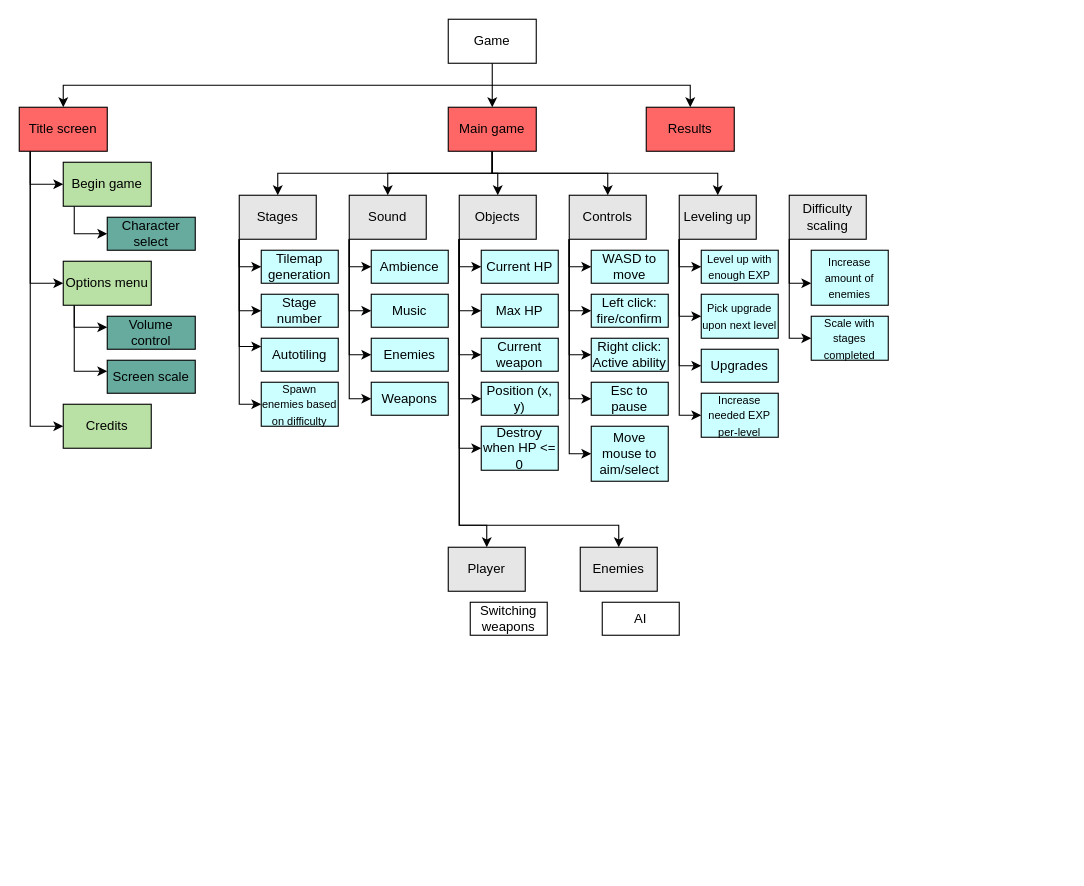
Above: Untitled Diagram.drawio in Flat-Kiwi/squp.github.io (draw.io), before the change. Source tidied: cells renumbered, new cells numbered last; positions are measured from the earlier drawing's top-left corner, leaving out a move shared by most shapes. Both pictures are drawn from the tidied source at 110%, with x=0, y=0 at pixel (19, 19). Pictures stored in the file or linked from it are replaced by grey dashed boxes.
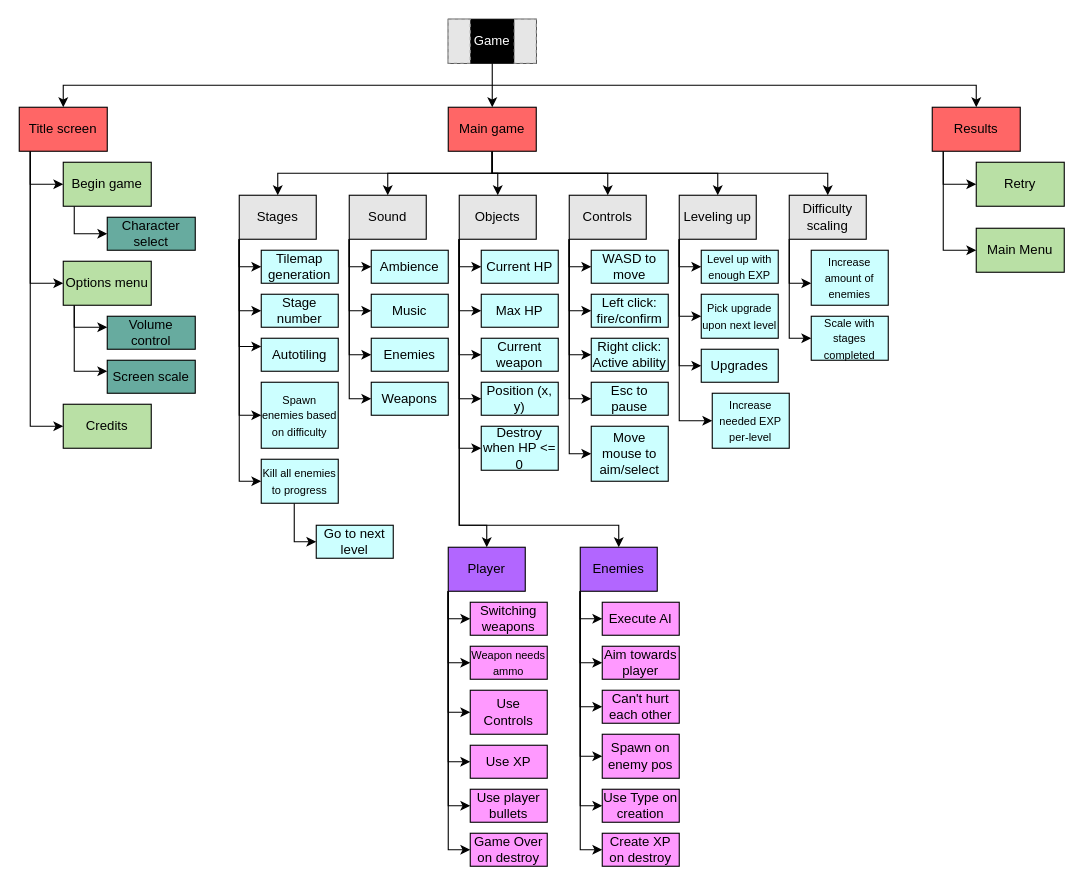
The same diagram, later.

The change refers to these unchanged cells:
```xml
<mxCell id="8" value="Title screen" style="whiteSpace=wrap;html=1;fillColor=#FF6666;" parent="1" vertex="1">
  <mxGeometry y="80" width="80" height="40" as="geometry" />
</mxCell>
<mxCell id="14" value="Main game" style="whiteSpace=wrap;html=1;fillColor=#FF6666;" parent="1" vertex="1">
  <mxGeometry x="390" y="80" width="80" height="40" as="geometry" />
</mxCell>
<mxCell id="29" value="Stages" style="whiteSpace=wrap;html=1;fillColor=#E6E6E6;" parent="1" vertex="1">
  <mxGeometry x="200" y="160" width="70" height="40" as="geometry" />
</mxCell>
<mxCell id="57" value="Leveling up" style="whiteSpace=wrap;html=1;fillColor=#E6E6E6;" parent="1" vertex="1">
  <mxGeometry x="600" y="160" width="70" height="40" as="geometry" />
</mxCell>
<mxCell id="67" value="Difficulty scaling" style="whiteSpace=wrap;html=1;fillColor=#E6E6E6;" parent="1" vertex="1">
  <mxGeometry x="700" y="160" width="70" height="40" as="geometry" />
</mxCell>
```

What changed in the source:
```diff
@@
-    <mxCell id="2" value="Game" style="whiteSpace=wrap;html=1;" parent="1" vertex="1">
+    <mxCell id="2" value="&lt;font color=&quot;#FFFFFF&quot;&gt;Game&lt;/font&gt;" style="whiteSpace=wrap;html=1;fillColor=#000000;" parent="1" vertex="1">
       <mxGeometry x="390" width="80" height="40" as="geometry" />
     </mxCell>
     <mxCell id="3" style="endArrow=classic;startArrow=classic;html=1;rounded=0;" parent="1" edge="1" source="8" target="15">
       <mxGeometry relative="1" as="geometry">
         <Array as="points">
           <mxPoint x="40" y="60" />
-          <mxPoint x="295" y="60" />
-          <mxPoint x="610" y="60" />
+          <mxPoint x="555" y="60" />
+          <mxPoint x="870" y="60" />
         </Array>
       </mxGeometry>
     </mxCell>
@@
+    <mxCell id="85" style="edgeStyle=orthogonalEdgeStyle;rounded=0;jettySize=auto;html=1;fontSize=10;" parent="1" edge="1" source="14" target="67">
+      <mxGeometry relative="1" as="geometry">
+        <Array as="points">
+          <mxPoint x="430" y="140" />
+          <mxPoint x="735" y="140" />
+        </Array>
+      </mxGeometry>
+    </mxCell>
@@
+    <mxCell id="86" style="edgeStyle=orthogonalEdgeStyle;rounded=0;jettySize=auto;html=1;entryX=0;entryY=0.5;entryDx=0;entryDy=0;fontSize=10;" parent="1" edge="1" source="15" target="114">
+      <mxGeometry relative="1" as="geometry">
+        <Array as="points">
+          <mxPoint x="840" y="150" />
+        </Array>
+      </mxGeometry>
+    </mxCell>
+    <mxCell id="87" style="edgeStyle=orthogonalEdgeStyle;rounded=0;jettySize=auto;html=1;entryX=0;entryY=0.5;entryDx=0;entryDy=0;fontSize=10;" parent="1" edge="1" source="15" target="115">
+      <mxGeometry relative="1" as="geometry">
+        <Array as="points">
+          <mxPoint x="840" y="210" />
+        </Array>
+      </mxGeometry>
+    </mxCell>
     <mxCell id="15" value="Results" style="whiteSpace=wrap;html=1;fillColor=#FF6666;" parent="1" vertex="1">
-      <mxGeometry x="570" y="80" width="80" height="40" as="geometry" />
+      <mxGeometry x="830" y="80" width="80" height="40" as="geometry" />
     </mxCell>
@@
     <mxCell id="28" style="edgeStyle=orthogonalEdgeStyle;rounded=0;jettySize=auto;html=1;entryX=0;entryY=0.5;entryDx=0;entryDy=0;fontSize=10;fontColor=none;fillColor=#B9E0A5;" parent="1" edge="1" source="29" target="74">
       <mxGeometry relative="1" as="geometry">
         <Array as="points">
-          <mxPoint x="200" y="350" />
+          <mxPoint x="200" y="360" />
         </Array>
       </mxGeometry>
     </mxCell>
+    <mxCell id="88" style="edgeStyle=orthogonalEdgeStyle;rounded=0;jettySize=auto;html=1;entryX=0;entryY=0.5;entryDx=0;entryDy=0;fontSize=10;" parent="1" edge="1" source="29" target="107">
+      <mxGeometry relative="1" as="geometry">
+        <Array as="points">
+          <mxPoint x="200" y="420" />
+        </Array>
+      </mxGeometry>
+    </mxCell>
@@
     <mxCell id="56" style="edgeStyle=orthogonalEdgeStyle;rounded=0;jettySize=auto;html=1;entryX=0;entryY=0.5;entryDx=0;entryDy=0;fontSize=10;fontColor=none;fillColor=#B9E0A5;" parent="1" edge="1" source="57" target="75">
       <mxGeometry relative="1" as="geometry">
         <Array as="points">
-          <mxPoint x="600" y="360" />
+          <mxPoint x="600" y="365" />
         </Array>
       </mxGeometry>
     </mxCell>
@@
     <mxCell id="74" value="&lt;font style=&quot;font-size: 10px&quot;&gt;Spawn enemies based on difficulty&lt;/font&gt;" style="whiteSpace=wrap;html=1;fillColor=#CCFFFF;" parent="1" vertex="1">
-      <mxGeometry x="220" y="330" width="70" height="40" as="geometry" />
+      <mxGeometry x="220" y="330" width="70" height="60" as="geometry" />
     </mxCell>
     <mxCell id="75" value="&lt;font style=&quot;font-size: 10px&quot;&gt;Increase needed EXP per-level&lt;/font&gt;" style="whiteSpace=wrap;html=1;fillColor=#CCFFFF;" parent="1" vertex="1">
-      <mxGeometry x="620" y="340" width="70" height="40" as="geometry" />
+      <mxGeometry x="630" y="340" width="70" height="50" as="geometry" />
     </mxCell>
+    <mxCell id="89" style="edgeStyle=orthogonalEdgeStyle;rounded=0;jettySize=auto;html=1;entryX=0;entryY=0.5;entryDx=0;entryDy=0;fontSize=10;" parent="1" edge="1" source="76" target="82">
+      <mxGeometry relative="1" as="geometry">
+        <Array as="points">
+          <mxPoint x="390" y="545" />
+        </Array>
+      </mxGeometry>
+    </mxCell>
+    <mxCell id="90" style="edgeStyle=orthogonalEdgeStyle;rounded=0;jettySize=auto;html=1;entryX=0;entryY=0.5;entryDx=0;entryDy=0;fontSize=10;" parent="1" edge="1" source="76" target="101">
+      <mxGeometry relative="1" as="geometry">
+        <Array as="points">
+          <mxPoint x="390" y="585" />
+        </Array>
+      </mxGeometry>
+    </mxCell>
+    <mxCell id="91" style="edgeStyle=orthogonalEdgeStyle;rounded=0;jettySize=auto;html=1;entryX=0;entryY=0.5;entryDx=0;entryDy=0;fontSize=10;" parent="1" edge="1" source="76" target="102">
+      <mxGeometry relative="1" as="geometry">
+        <Array as="points">
+          <mxPoint x="390" y="630" />
+        </Array>
+      </mxGeometry>
+    </mxCell>
+    <mxCell id="92" style="edgeStyle=orthogonalEdgeStyle;rounded=0;jettySize=auto;html=1;entryX=0;entryY=0.5;entryDx=0;entryDy=0;fontSize=10;" parent="1" edge="1" source="76" target="103">
+      <mxGeometry relative="1" as="geometry">
+        <Array as="points">
+          <mxPoint x="390" y="675" />
+        </Array>
+      </mxGeometry>
+    </mxCell>
+    <mxCell id="93" style="edgeStyle=orthogonalEdgeStyle;rounded=0;jettySize=auto;html=1;entryX=0;entryY=0.5;entryDx=0;entryDy=0;fontSize=10;" parent="1" edge="1" source="76" target="104">
+      <mxGeometry relative="1" as="geometry">
+        <Array as="points">
+          <mxPoint x="390" y="715" />
+        </Array>
+      </mxGeometry>
+    </mxCell>
+    <mxCell id="94" style="edgeStyle=orthogonalEdgeStyle;rounded=0;jettySize=auto;html=1;entryX=0;entryY=0.5;entryDx=0;entryDy=0;fontSize=10;" parent="1" edge="1" source="76" target="111">
+      <mxGeometry relative="1" as="geometry">
+        <Array as="points">
+          <mxPoint x="390" y="755" />
+        </Array>
+      </mxGeometry>
+    </mxCell>
-    <mxCell id="76" value="Player" style="whiteSpace=wrap;html=1;fillColor=#E6E6E6;" parent="1" vertex="1">
+    <mxCell id="76" value="Player" style="whiteSpace=wrap;html=1;fillColor=#B266FF;" parent="1" vertex="1">
       <mxGeometry x="390" y="480" width="70" height="40" as="geometry" />
     </mxCell>
+    <mxCell id="95" style="edgeStyle=orthogonalEdgeStyle;rounded=0;jettySize=auto;html=1;entryX=0;entryY=0.5;entryDx=0;entryDy=0;fontSize=10;" parent="1" edge="1" source="77" target="83">
+      <mxGeometry relative="1" as="geometry">
+        <Array as="points">
+          <mxPoint x="510" y="545" />
+        </Array>
+      </mxGeometry>
+    </mxCell>
+    <mxCell id="96" style="edgeStyle=orthogonalEdgeStyle;rounded=0;jettySize=auto;html=1;entryX=0;entryY=0.5;entryDx=0;entryDy=0;fontSize=10;" parent="1" edge="1" source="77" target="105">
+      <mxGeometry relative="1" as="geometry">
+        <Array as="points">
+          <mxPoint x="510" y="585" />
+        </Array>
+      </mxGeometry>
+    </mxCell>
+    <mxCell id="97" style="edgeStyle=orthogonalEdgeStyle;rounded=0;jettySize=auto;html=1;entryX=0;entryY=0.5;entryDx=0;entryDy=0;fontSize=10;" parent="1" edge="1" source="77" target="108">
+      <mxGeometry relative="1" as="geometry">
+        <Array as="points">
+          <mxPoint x="510" y="625" />
+        </Array>
+      </mxGeometry>
+    </mxCell>
+    <mxCell id="98" style="edgeStyle=orthogonalEdgeStyle;rounded=0;jettySize=auto;html=1;entryX=0;entryY=0.5;entryDx=0;entryDy=0;fontSize=10;" parent="1" edge="1" source="77" target="109">
+      <mxGeometry relative="1" as="geometry">
+        <Array as="points">
+          <mxPoint x="510" y="670" />
+        </Array>
+      </mxGeometry>
+    </mxCell>
+    <mxCell id="99" style="edgeStyle=orthogonalEdgeStyle;rounded=0;jettySize=auto;html=1;entryX=0;entryY=0.5;entryDx=0;entryDy=0;fontSize=10;" parent="1" edge="1" source="77" target="110">
+      <mxGeometry relative="1" as="geometry">
+        <Array as="points">
+          <mxPoint x="510" y="715" />
+        </Array>
+      </mxGeometry>
+    </mxCell>
+    <mxCell id="100" style="edgeStyle=orthogonalEdgeStyle;rounded=0;jettySize=auto;html=1;entryX=0;entryY=0.5;entryDx=0;entryDy=0;fontSize=10;" parent="1" edge="1" source="77" target="112">
+      <mxGeometry relative="1" as="geometry">
+        <Array as="points">
+          <mxPoint x="510" y="755" />
+        </Array>
+      </mxGeometry>
+    </mxCell>
-    <mxCell id="77" value="Enemies" style="whiteSpace=wrap;html=1;fillColor=#E6E6E6;" parent="1" vertex="1">
+    <mxCell id="77" value="Enemies" style="whiteSpace=wrap;html=1;fillColor=#B266FF;" parent="1" vertex="1">
       <mxGeometry x="510" y="480" width="70" height="40" as="geometry" />
     </mxCell>
@@
-    <mxCell id="82" value="Switching weapons" style="whiteSpace=wrap;html=1;" parent="1" vertex="1">
+    <mxCell id="82" value="Switching weapons" style="whiteSpace=wrap;html=1;fillColor=#FF99FF;" parent="1" vertex="1">
       <mxGeometry x="410" y="530" width="70" height="30" as="geometry" />
     </mxCell>
-    <mxCell id="83" value="AI" style="whiteSpace=wrap;html=1;" parent="1" vertex="1">
+    <mxCell id="83" value="Execute AI" style="whiteSpace=wrap;html=1;fillColor=#FF99FF;" parent="1" vertex="1">
       <mxGeometry x="530" y="530" width="70" height="30" as="geometry" />
     </mxCell>
@@
+    <mxCell id="101" value="&lt;font style=&quot;font-size: 10px&quot;&gt;Weapon needs ammo&lt;br&gt;&lt;/font&gt;" style="whiteSpace=wrap;html=1;fillColor=#FF99FF;" parent="1" vertex="1">
+      <mxGeometry x="410" y="570" width="70" height="30" as="geometry" />
+    </mxCell>
+    <mxCell id="102" value="Use Controls" style="whiteSpace=wrap;html=1;fillColor=#FF99FF;" parent="1" vertex="1">
+      <mxGeometry x="410" y="610" width="70" height="40" as="geometry" />
+    </mxCell>
+    <mxCell id="103" value="Use XP" style="whiteSpace=wrap;html=1;fillColor=#FF99FF;" parent="1" vertex="1">
+      <mxGeometry x="410" y="660" width="70" height="30" as="geometry" />
+    </mxCell>
+    <mxCell id="104" value="Use player bullets" style="whiteSpace=wrap;html=1;fillColor=#FF99FF;" parent="1" vertex="1">
+      <mxGeometry x="410" y="700" width="70" height="30" as="geometry" />
+    </mxCell>
+    <mxCell id="105" value="Aim towards player" style="whiteSpace=wrap;html=1;fillColor=#FF99FF;" parent="1" vertex="1">
+      <mxGeometry x="530" y="570" width="70" height="30" as="geometry" />
+    </mxCell>
+    <mxCell id="106" style="edgeStyle=orthogonalEdgeStyle;rounded=0;jettySize=auto;html=1;entryX=0;entryY=0.5;entryDx=0;entryDy=0;fontSize=10;" parent="1" edge="1" source="107" target="113">
+      <mxGeometry relative="1" as="geometry">
+        <Array as="points">
+          <mxPoint x="250" y="475" />
+        </Array>
+      </mxGeometry>
+    </mxCell>
+    <mxCell id="107" value="&lt;font style=&quot;font-size: 10px&quot;&gt;Kill all enemies to progress&lt;/font&gt;" style="whiteSpace=wrap;html=1;fillColor=#CCFFFF;" parent="1" vertex="1">
+      <mxGeometry x="220" y="400" width="70" height="40" as="geometry" />
+    </mxCell>
+    <mxCell id="108" value="Can't hurt each other" style="whiteSpace=wrap;html=1;fillColor=#FF99FF;" parent="1" vertex="1">
+      <mxGeometry x="530" y="610" width="70" height="30" as="geometry" />
+    </mxCell>
+    <mxCell id="109" value="Spawn on enemy pos" style="whiteSpace=wrap;html=1;fillColor=#FF99FF;" parent="1" vertex="1">
+      <mxGeometry x="530" y="650" width="70" height="40" as="geometry" />
+    </mxCell>
+    <mxCell id="110" value="Use Type on creation" style="whiteSpace=wrap;html=1;fillColor=#FF99FF;" parent="1" vertex="1">
+      <mxGeometry x="530" y="700" width="70" height="30" as="geometry" />
+    </mxCell>
+    <mxCell id="111" value="Game Over on destroy" style="whiteSpace=wrap;html=1;fillColor=#FF99FF;" parent="1" vertex="1">
+      <mxGeometry x="410" y="740" width="70" height="30" as="geometry" />
+    </mxCell>
+    <mxCell id="112" value="Create XP on destroy" style="whiteSpace=wrap;html=1;fillColor=#FF99FF;" parent="1" vertex="1">
+      <mxGeometry x="530" y="740" width="70" height="30" as="geometry" />
+    </mxCell>
+    <mxCell id="113" value="Go to next level" style="whiteSpace=wrap;html=1;fillColor=#CCFFFF;" parent="1" vertex="1">
+      <mxGeometry x="270" y="460" width="70" height="30" as="geometry" />
+    </mxCell>
+    <mxCell id="114" value="Retry" style="whiteSpace=wrap;html=1;fillColor=#B9E0A5;" parent="1" vertex="1">
+      <mxGeometry x="870" y="130" width="80" height="40" as="geometry" />
+    </mxCell>
+    <mxCell id="115" value="Main Menu" style="whiteSpace=wrap;html=1;fillColor=#B9E0A5;" parent="1" vertex="1">
+      <mxGeometry x="870" y="190" width="80" height="40" as="geometry" />
+    </mxCell>
+    <mxCell id="116" style="fillColor=#E6E6E6;strokeColor=#999999;dashed=1;verticalLabelPosition=bottom;labelBackgroundColor=default;verticalAlign=top;" parent="1" vertex="1">
+      <mxGeometry x="390" width="20" height="40" as="geometry" />
+    </mxCell>
+    <mxCell id="117" style="fillColor=#E6E6E6;strokeColor=#999999;dashed=1;verticalLabelPosition=bottom;labelBackgroundColor=default;verticalAlign=top;" parent="1" vertex="1">
+      <mxGeometry x="450" width="20" height="40" as="geometry" />
+    </mxCell>
```
